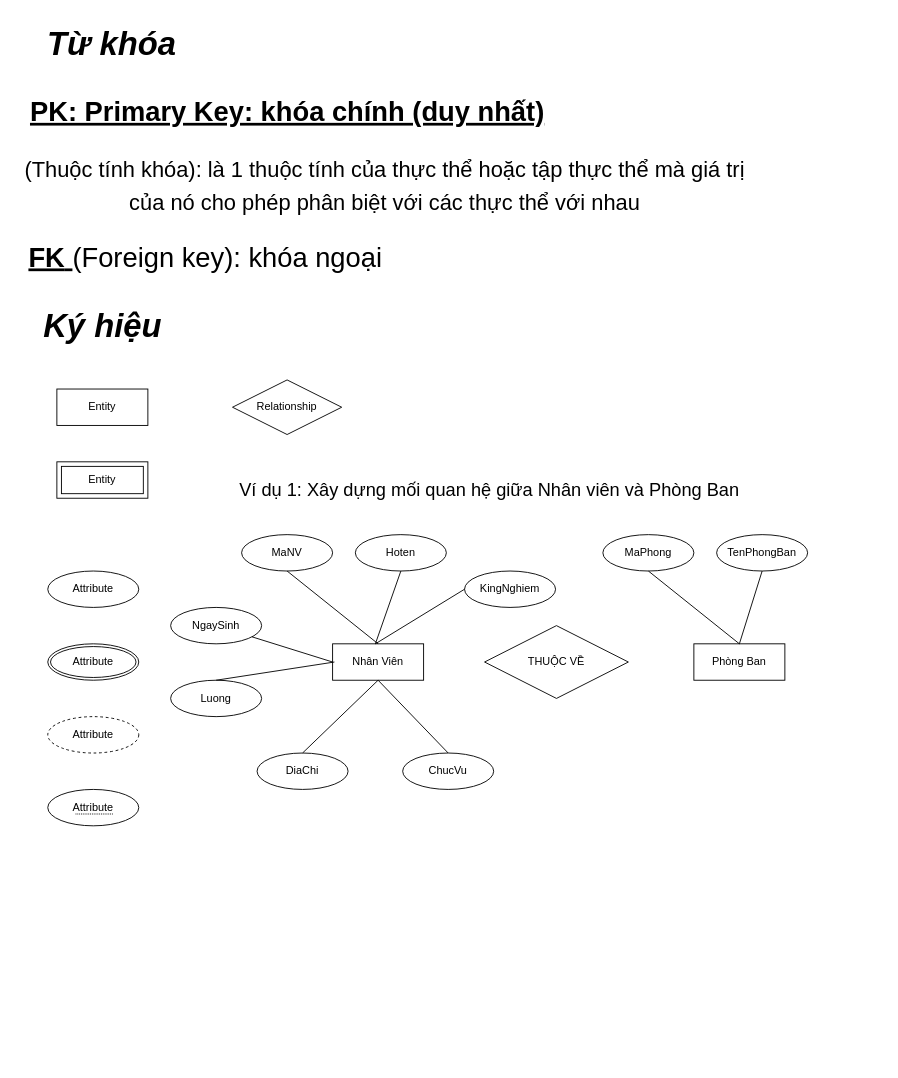
tuannguyen-1309/Draw keeps this draw.io diagram as Buoi2.drawio. Above is the earlier version. Source tidied: cells renumbered, new cells numbered last; positions are measured from the earlier drawing's top-left corner, leaving out a move shared by most shapes. Both pictures are drawn from the tidied source at 91%, with x=0, y=0 at pixel (15, 15).
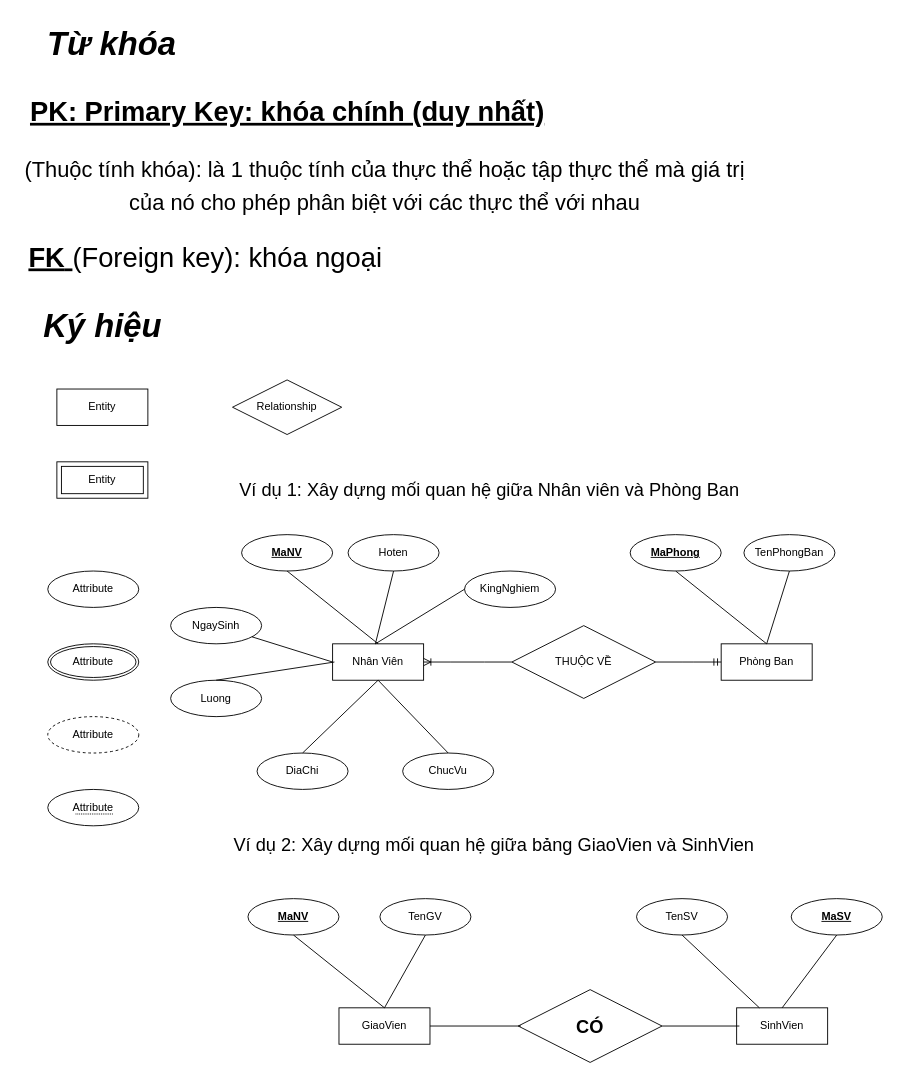
The same page after the edit.

The change refers to these unchanged cells:
```xml
<mxCell id="18" value="NgaySinh" style="ellipse;whiteSpace=wrap;html=1;align=center;" parent="1" vertex="1">
  <mxGeometry x="170" y="650" width="100" height="40" as="geometry" />
</mxCell>
<mxCell id="19" value="Luong" style="ellipse;whiteSpace=wrap;html=1;align=center;" parent="1" vertex="1">
  <mxGeometry x="170" y="730" width="100" height="40" as="geometry" />
</mxCell>
<mxCell id="20" value="DiaChi" style="ellipse;whiteSpace=wrap;html=1;align=center;" parent="1" vertex="1">
  <mxGeometry x="265" y="810" width="100" height="40" as="geometry" />
</mxCell>
<mxCell id="21" value="ChucVu" style="ellipse;whiteSpace=wrap;html=1;align=center;" parent="1" vertex="1">
  <mxGeometry x="425" y="810" width="100" height="40" as="geometry" />
</mxCell>
<mxCell id="22" value="KingNghiem" style="ellipse;whiteSpace=wrap;html=1;align=center;" parent="1" vertex="1">
  <mxGeometry x="493" y="610" width="100" height="40" as="geometry" />
</mxCell>
```

What changed in the source:
```diff
@@
-    <mxCell id="15" value="Nhân Viên" style="whiteSpace=wrap;html=1;align=center;" parent="1" vertex="1">
-      <mxGeometry x="348" y="690" width="100" height="40" as="geometry" />
-    </mxCell>
-    <mxCell id="16" value="MaNV" style="ellipse;whiteSpace=wrap;html=1;align=center;" parent="1" vertex="1">
-      <mxGeometry x="248" y="570" width="100" height="40" as="geometry" />
-    </mxCell>
+    <mxCell id="35" value="Nhân Viên" style="whiteSpace=wrap;html=1;align=center;" parent="1" vertex="1">
+      <mxGeometry x="348" y="690" width="100" height="40" as="geometry" />
+    </mxCell>
+    <mxCell id="36" value="&lt;u&gt;&lt;b&gt;MaNV&lt;/b&gt;&lt;/u&gt;" style="ellipse;whiteSpace=wrap;html=1;align=center;" parent="1" vertex="1">
+      <mxGeometry x="248" y="570" width="100" height="40" as="geometry" />
+    </mxCell>
     <mxCell id="17" value="Hoten" style="ellipse;whiteSpace=wrap;html=1;align=center;" parent="1" vertex="1">
-      <mxGeometry x="373" y="570" width="100" height="40" as="geometry" />
+      <mxGeometry x="365" y="570" width="100" height="40" as="geometry" />
     </mxCell>
@@
-    <mxCell id="23" style="endArrow=none;html=1;rounded=0;entryX=0;entryY=0.5;entryDx=0;entryDy=0;" parent="1" edge="1" source="18" target="15">
-      <mxGeometry relative="1" as="geometry" />
-    </mxCell>
-    <mxCell id="24" style="endArrow=none;html=1;rounded=0;exitX=0.5;exitY=0;exitDx=0;exitDy=0;" parent="1" edge="1" source="19">
-      <mxGeometry relative="1" as="geometry">
-        <mxPoint x="350" y="710" as="targetPoint" />
-      </mxGeometry>
-    </mxCell>
-    <mxCell id="25" style="endArrow=none;html=1;rounded=0;entryX=0.5;entryY=1;entryDx=0;entryDy=0;exitX=0.5;exitY=0;exitDx=0;exitDy=0;" parent="1" edge="1" source="20" target="15">
-      <mxGeometry relative="1" as="geometry" />
-    </mxCell>
-    <mxCell id="26" style="endArrow=none;html=1;rounded=0;exitX=0.5;exitY=1;exitDx=0;exitDy=0;entryX=0.5;entryY=0;entryDx=0;entryDy=0;" parent="1" edge="1" source="15" target="21">
-      <mxGeometry relative="1" as="geometry" />
-    </mxCell>
-    <mxCell id="27" style="endArrow=none;html=1;rounded=0;entryX=0;entryY=0.5;entryDx=0;entryDy=0;" parent="1" edge="1" target="22">
-      <mxGeometry relative="1" as="geometry">
-        <mxPoint x="395" y="690" as="sourcePoint" />
-      </mxGeometry>
-    </mxCell>
-    <mxCell id="28" style="endArrow=none;html=1;rounded=0;entryX=0.5;entryY=1;entryDx=0;entryDy=0;" parent="1" edge="1" target="17">
-      <mxGeometry relative="1" as="geometry">
-        <mxPoint x="395" y="690" as="sourcePoint" />
-      </mxGeometry>
-    </mxCell>
-    <mxCell id="29" style="endArrow=none;html=1;rounded=0;exitX=0.5;exitY=1;exitDx=0;exitDy=0;entryX=0.5;entryY=0;entryDx=0;entryDy=0;" parent="1" edge="1" source="16" target="15">
-      <mxGeometry relative="1" as="geometry" />
-    </mxCell>
+    <mxCell id="37" style="endArrow=none;html=1;rounded=0;entryX=0;entryY=0.5;entryDx=0;entryDy=0;" parent="1" edge="1" source="18" target="35">
+      <mxGeometry relative="1" as="geometry" />
+    </mxCell>
+    <mxCell id="38" style="endArrow=none;html=1;rounded=0;exitX=0.5;exitY=0;exitDx=0;exitDy=0;" parent="1" edge="1" source="19">
+      <mxGeometry relative="1" as="geometry">
+        <mxPoint x="350" y="710" as="targetPoint" />
+      </mxGeometry>
+    </mxCell>
+    <mxCell id="39" style="endArrow=none;html=1;rounded=0;entryX=0.5;entryY=1;entryDx=0;entryDy=0;exitX=0.5;exitY=0;exitDx=0;exitDy=0;" parent="1" edge="1" source="20" target="35">
+      <mxGeometry relative="1" as="geometry" />
+    </mxCell>
+    <mxCell id="40" style="endArrow=none;html=1;rounded=0;exitX=0.5;exitY=1;exitDx=0;exitDy=0;entryX=0.5;entryY=0;entryDx=0;entryDy=0;" parent="1" edge="1" source="35" target="21">
+      <mxGeometry relative="1" as="geometry" />
+    </mxCell>
+    <mxCell id="41" style="endArrow=none;html=1;rounded=0;entryX=0;entryY=0.5;entryDx=0;entryDy=0;" parent="1" edge="1" target="22">
+      <mxGeometry relative="1" as="geometry">
+        <mxPoint x="395" y="690" as="sourcePoint" />
+      </mxGeometry>
+    </mxCell>
+    <mxCell id="42" style="endArrow=none;html=1;rounded=0;entryX=0.5;entryY=1;entryDx=0;entryDy=0;" parent="1" edge="1" target="17">
+      <mxGeometry relative="1" as="geometry">
+        <mxPoint x="395" y="690" as="sourcePoint" />
+      </mxGeometry>
+    </mxCell>
+    <mxCell id="43" style="endArrow=none;html=1;rounded=0;exitX=0.5;exitY=1;exitDx=0;exitDy=0;entryX=0.5;entryY=0;entryDx=0;entryDy=0;" parent="1" edge="1" source="36" target="35">
+      <mxGeometry relative="1" as="geometry" />
+    </mxCell>
     <mxCell id="30" value="Phòng Ban" style="whiteSpace=wrap;html=1;align=center;" parent="1" vertex="1">
-      <mxGeometry x="745" y="690" width="100" height="40" as="geometry" />
+      <mxGeometry x="775" y="690" width="100" height="40" as="geometry" />
     </mxCell>
-    <mxCell id="31" value="MaPhong" style="ellipse;whiteSpace=wrap;html=1;align=center;" parent="1" vertex="1">
-      <mxGeometry x="645" y="570" width="100" height="40" as="geometry" />
+    <mxCell id="31" value="&lt;u&gt;&lt;b&gt;MaPhong&lt;/b&gt;&lt;/u&gt;" style="ellipse;whiteSpace=wrap;html=1;align=center;" parent="1" vertex="1">
+      <mxGeometry x="675" y="570" width="100" height="40" as="geometry" />
     </mxCell>
     <mxCell id="32" value="TenPhongBan" style="ellipse;whiteSpace=wrap;html=1;align=center;" parent="1" vertex="1">
-      <mxGeometry x="770" y="570" width="100" height="40" as="geometry" />
+      <mxGeometry x="800" y="570" width="100" height="40" as="geometry" />
     </mxCell>
@@
-    <mxCell id="35" value="THUỘC VỀ" style="shape=rhombus;perimeter=rhombusPerimeter;whiteSpace=wrap;html=1;align=center;" parent="1" vertex="1">
-      <mxGeometry x="515" y="670" width="158" height="80" as="geometry" />
-    </mxCell>
+    <mxCell id="44" value="THUỘC VỀ" style="shape=rhombus;perimeter=rhombusPerimeter;whiteSpace=wrap;html=1;align=center;" parent="1" vertex="1">
+      <mxGeometry x="545" y="670" width="158" height="80" as="geometry" />
+    </mxCell>
+    <mxCell id="45" style="edgeStyle=entityRelationEdgeStyle;fontSize=12;html=1;endArrow=ERmandOne;rounded=0;entryX=0;entryY=0.5;entryDx=0;entryDy=0;exitX=1;exitY=0.5;exitDx=0;exitDy=0;" parent="1" edge="1" source="44" target="30">
+      <mxGeometry relative="1" as="geometry">
+        <Array as="points">
+          <mxPoint x="735" y="710" />
+          <mxPoint x="733" y="720" />
+        </Array>
+      </mxGeometry>
+    </mxCell>
+    <mxCell id="46" style="edgeStyle=entityRelationEdgeStyle;fontSize=12;html=1;endArrow=ERoneToMany;rounded=0;entryX=1;entryY=0.5;entryDx=0;entryDy=0;exitX=0;exitY=0.5;exitDx=0;exitDy=0;" parent="1" edge="1" source="44" target="35">
+      <mxGeometry relative="1" as="geometry" />
+    </mxCell>
+    <mxCell id="47" value="&lt;font style=&quot;font-size: 20px;&quot;&gt;Ví dụ 2: Xây dựng mối quan hệ giữa bảng GiaoVien và SinhVien&lt;/font&gt;" style="text;html=1;align=center;verticalAlign=middle;strokeColor=none;fillColor=none;" parent="1" vertex="1">
+      <mxGeometry x="225" y="890" width="600" height="40" as="geometry" />
+    </mxCell>
+    <mxCell id="48" value="GiaoVien" style="whiteSpace=wrap;html=1;align=center;" parent="1" vertex="1">
+      <mxGeometry x="355" y="1090" width="100" height="40" as="geometry" />
+    </mxCell>
+    <mxCell id="49" value="&lt;u&gt;&lt;b&gt;MaNV&lt;/b&gt;&lt;/u&gt;" style="ellipse;whiteSpace=wrap;html=1;align=center;" parent="1" vertex="1">
+      <mxGeometry x="255" y="970" width="100" height="40" as="geometry" />
+    </mxCell>
+    <mxCell id="50" value="TenGV" style="ellipse;whiteSpace=wrap;html=1;align=center;" parent="1" vertex="1">
+      <mxGeometry x="400" y="970" width="100" height="40" as="geometry" />
+    </mxCell>
+    <mxCell id="51" style="endArrow=none;html=1;rounded=0;entryX=0.5;entryY=1;entryDx=0;entryDy=0;exitX=0.5;exitY=0;exitDx=0;exitDy=0;" parent="1" edge="1" source="48" target="50">
+      <mxGeometry relative="1" as="geometry" />
+    </mxCell>
+    <mxCell id="52" style="endArrow=none;html=1;rounded=0;exitX=0.5;exitY=1;exitDx=0;exitDy=0;entryX=0.5;entryY=0;entryDx=0;entryDy=0;" parent="1" edge="1" source="49" target="48">
+      <mxGeometry relative="1" as="geometry" />
+    </mxCell>
+    <mxCell id="53" value="SinhVien" style="whiteSpace=wrap;html=1;align=center;" parent="1" vertex="1">
+      <mxGeometry x="792" y="1090" width="100" height="40" as="geometry" />
+    </mxCell>
+    <mxCell id="54" value="TenSV" style="ellipse;whiteSpace=wrap;html=1;align=center;" parent="1" vertex="1">
+      <mxGeometry x="682" y="970" width="100" height="40" as="geometry" />
+    </mxCell>
+    <mxCell id="55" value="&lt;b&gt;&lt;u&gt;MaSV&lt;/u&gt;&lt;/b&gt;" style="ellipse;whiteSpace=wrap;html=1;align=center;" parent="1" vertex="1">
+      <mxGeometry x="852" y="970" width="100" height="40" as="geometry" />
+    </mxCell>
+    <mxCell id="56" style="endArrow=none;html=1;rounded=0;entryX=0.5;entryY=1;entryDx=0;entryDy=0;exitX=0.5;exitY=0;exitDx=0;exitDy=0;" parent="1" edge="1" source="53" target="55">
+      <mxGeometry relative="1" as="geometry" />
+    </mxCell>
+    <mxCell id="57" style="endArrow=none;html=1;rounded=0;exitX=0.5;exitY=1;exitDx=0;exitDy=0;entryX=0.25;entryY=0;entryDx=0;entryDy=0;" parent="1" edge="1" source="54" target="53">
+      <mxGeometry relative="1" as="geometry" />
+    </mxCell>
+    <mxCell id="58" value="&lt;b&gt;&lt;font style=&quot;font-size: 20px;&quot;&gt;CÓ&lt;/font&gt;&lt;/b&gt;" style="shape=rhombus;perimeter=rhombusPerimeter;whiteSpace=wrap;html=1;align=center;" parent="1" vertex="1">
+      <mxGeometry x="552" y="1070" width="158" height="80" as="geometry" />
+    </mxCell>
+    <mxCell id="59" style="line;strokeWidth=1;dashed=0;labelPosition=right;align=left;verticalAlign=middle;spacingTop=0;spacingLeft=6;" parent="1" vertex="1">
+      <mxGeometry x="455" y="1105" width="100" height="10" as="geometry" />
+    </mxCell>
+    <mxCell id="60" style="line;strokeWidth=1;dashed=0;labelPosition=right;align=left;verticalAlign=middle;spacingTop=0;spacingLeft=6;" parent="1" vertex="1">
+      <mxGeometry x="710" y="1105" width="85" height="10" as="geometry" />
+    </mxCell>
```
